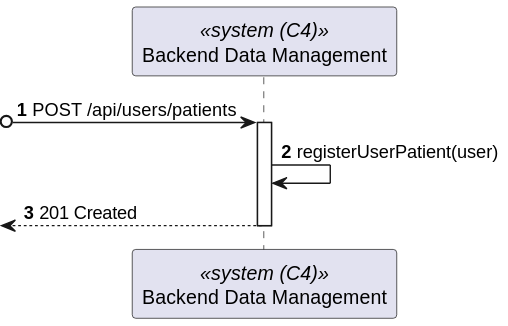
Before: docs/sprint-a/us-5.1.3/views/level2/process-view.svg, a diagram exported from PlantUML (1220846/sem5pi-24-25-3ddg20).
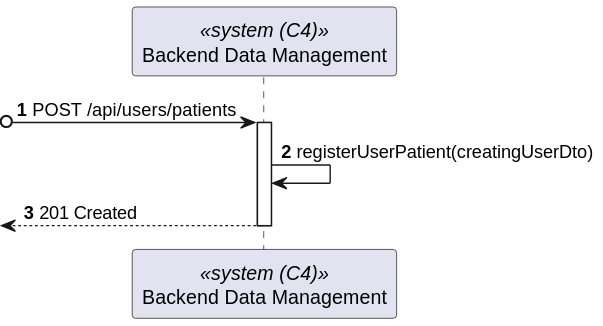
The same diagram one commit later.

Commit message:
docs: update process-view level 2 #3

What changed in the source:
```diff
@@ -6,7 +6,7 @@
 ?o-> BackendDataManagement : POST /api/users/patients
 activate BackendDataManagement
 
-    BackendDataManagement -> BackendDataManagement : registerUserPatient(user)
+    BackendDataManagement -> BackendDataManagement : registerUserPatient(creatingUserDto)
 
     <-- BackendDataManagement : 201 Created
 deactivate BackendDataManagement
```
